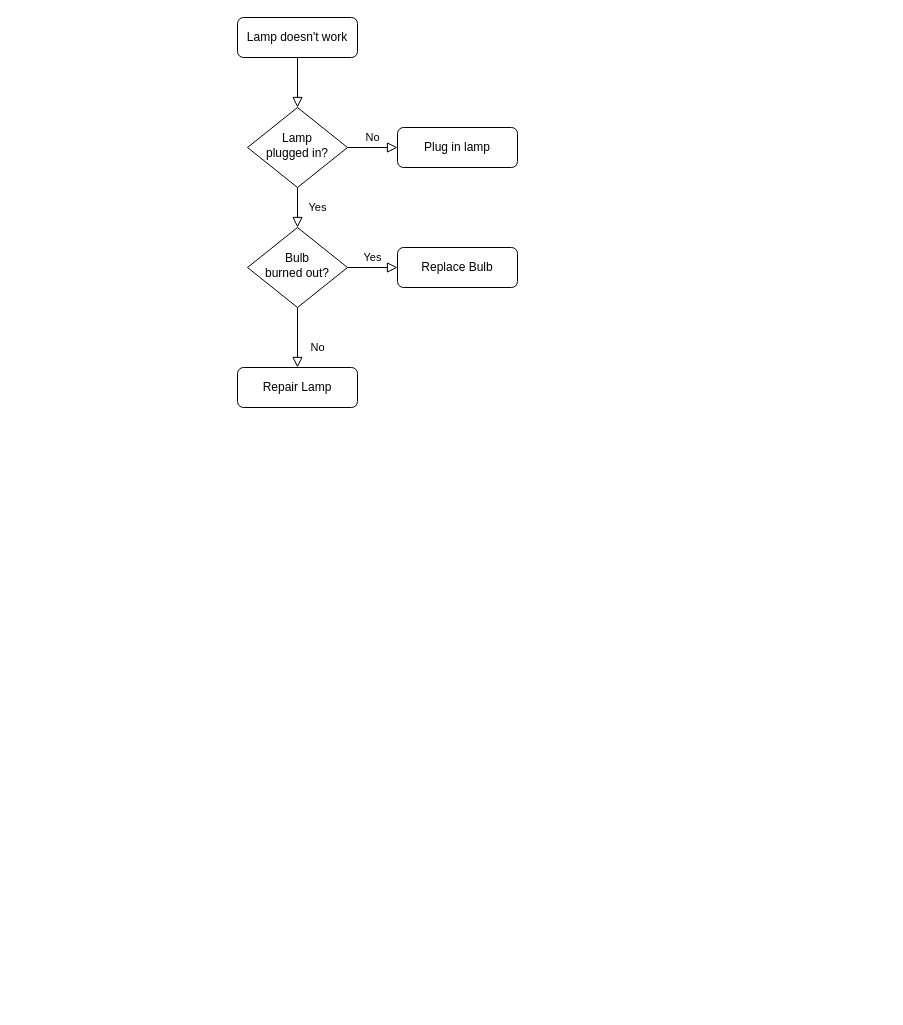
The draw.io diagram page "Page-1" (1 of 2) of Buisiness Logic.drawio in SeeeRGo/chainlink-hackathon-project, before the edit. Source tidied: cells renumbered, new cells numbered last; positions are measured from the earlier drawing's top-left corner, leaving out a move shared by most shapes. Both pictures are drawn from the tidied source at 100%, with x=0, y=0 at pixel (237, 17).
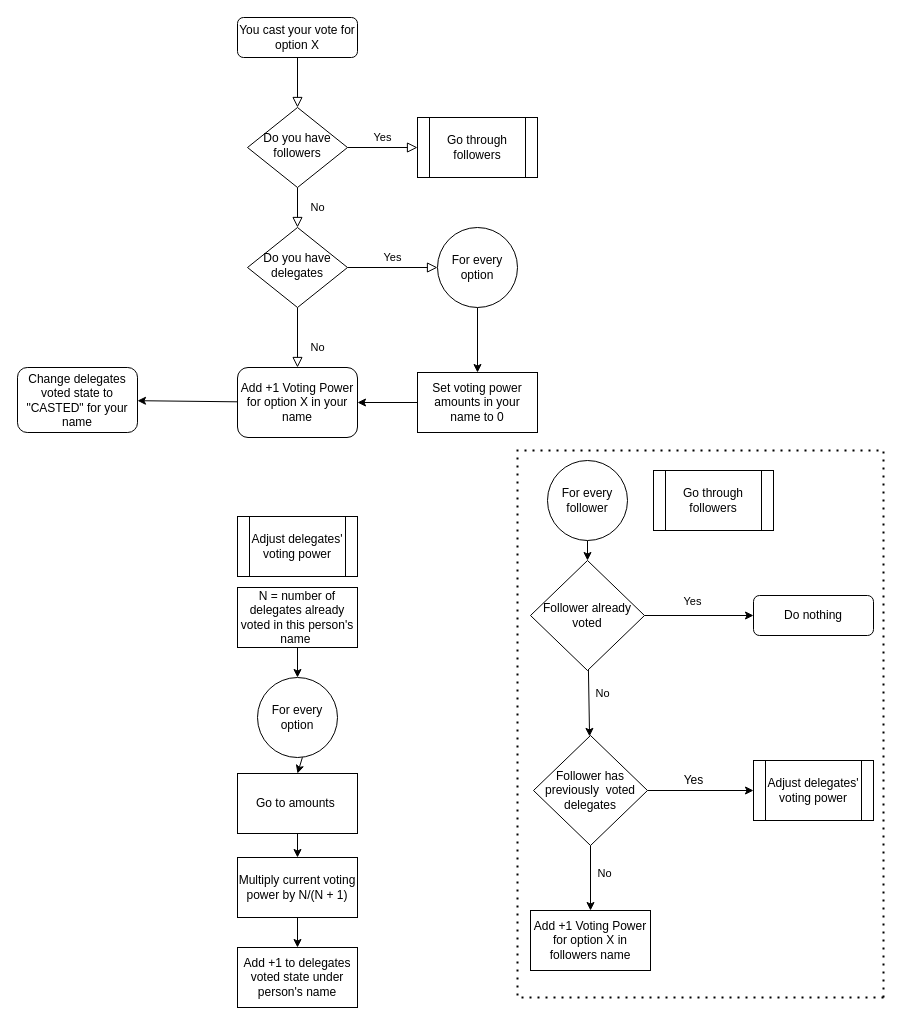
The same diagram, later.

Diff of the diagram source:
```diff
@@
-    <mxCell id="3" value="Lamp doesn't work" style="rounded=1;whiteSpace=wrap;html=1;fontSize=12;glass=0;strokeWidth=1;shadow=0;" parent="1" vertex="1">
+    <mxCell id="3" value="You cast your vote for option X" style="rounded=1;whiteSpace=wrap;html=1;fontSize=12;glass=0;strokeWidth=1;shadow=0;" parent="1" vertex="1">
       <mxGeometry width="120" height="40" as="geometry" />
     </mxCell>
-    <mxCell id="4" value="Yes" style="rounded=0;html=1;jettySize=auto;fontSize=11;endArrow=block;endFill=0;endSize=8;strokeWidth=1;shadow=0;labelBackgroundColor=none;edgeStyle=orthogonalEdgeStyle;" parent="1" edge="1" source="6" target="10">
+    <mxCell id="4" value="No" style="rounded=0;html=1;jettySize=auto;fontSize=11;endArrow=block;endFill=0;endSize=8;strokeWidth=1;shadow=0;labelBackgroundColor=none;edgeStyle=orthogonalEdgeStyle;" parent="1" edge="1" source="6" target="10">
       <mxGeometry y="20" relative="1" as="geometry" />
     </mxCell>
-    <mxCell id="5" value="No" style="edgeStyle=orthogonalEdgeStyle;rounded=0;html=1;jettySize=auto;fontSize=11;endArrow=block;endFill=0;endSize=8;strokeWidth=1;shadow=0;labelBackgroundColor=none;" parent="1" edge="1" source="6" target="7">
+    <mxCell id="5" value="Yes" style="edgeStyle=orthogonalEdgeStyle;rounded=0;html=1;jettySize=auto;fontSize=11;endArrow=block;endFill=0;endSize=8;strokeWidth=1;shadow=0;labelBackgroundColor=none;entryX=0;entryY=0.5;entryDx=0;entryDy=0;" parent="1" edge="1" source="6" target="19">
       <mxGeometry y="10" relative="1" as="geometry" />
     </mxCell>
-    <mxCell id="6" value="Lamp&lt;br&gt;plugged in?" style="rhombus;whiteSpace=wrap;html=1;shadow=0;fontFamily=Helvetica;fontSize=12;align=center;strokeWidth=1;spacing=6;spacingTop=-4;" parent="1" vertex="1">
+    <mxCell id="6" value="Do you have followers" style="rhombus;whiteSpace=wrap;html=1;shadow=0;fontFamily=Helvetica;fontSize=12;align=center;strokeWidth=1;spacing=6;spacingTop=-4;" parent="1" vertex="1">
       <mxGeometry x="10" y="90" width="100" height="80" as="geometry" />
     </mxCell>
-    <mxCell id="7" value="Plug in lamp" style="rounded=1;whiteSpace=wrap;html=1;fontSize=12;glass=0;strokeWidth=1;shadow=0;" parent="1" vertex="1">
-      <mxGeometry x="160" y="110" width="120" height="40" as="geometry" />
+    <mxCell id="7" value="Do nothing" style="rounded=1;whiteSpace=wrap;html=1;fontSize=12;glass=0;strokeWidth=1;shadow=0;" parent="1" vertex="1">
+      <mxGeometry x="516" y="578" width="120" height="40" as="geometry" />
     </mxCell>
@@
-    <mxCell id="9" value="Yes" style="edgeStyle=orthogonalEdgeStyle;rounded=0;html=1;jettySize=auto;fontSize=11;endArrow=block;endFill=0;endSize=8;strokeWidth=1;shadow=0;labelBackgroundColor=none;" parent="1" edge="1" source="10" target="12">
+    <mxCell id="9" value="Yes" style="edgeStyle=orthogonalEdgeStyle;rounded=0;html=1;jettySize=auto;fontSize=11;endArrow=block;endFill=0;endSize=8;strokeWidth=1;shadow=0;labelBackgroundColor=none;entryX=0;entryY=0.5;entryDx=0;entryDy=0;" parent="1" edge="1" source="10" target="43">
       <mxGeometry y="10" relative="1" as="geometry" />
     </mxCell>
-    <mxCell id="10" value="Bulb&lt;br&gt;burned out?" style="rhombus;whiteSpace=wrap;html=1;shadow=0;fontFamily=Helvetica;fontSize=12;align=center;strokeWidth=1;spacing=6;spacingTop=-4;" parent="1" vertex="1">
+    <mxCell id="10" value="Do you have delegates" style="rhombus;whiteSpace=wrap;html=1;shadow=0;fontFamily=Helvetica;fontSize=12;align=center;strokeWidth=1;spacing=6;spacingTop=-4;" parent="1" vertex="1">
       <mxGeometry x="10" y="210" width="100" height="80" as="geometry" />
     </mxCell>
+    <mxCell id="13" style="edgeStyle=none;rounded=0;jettySize=auto;html=1;shadow=0;" parent="1" edge="1" source="11" target="32">
+      <mxGeometry relative="1" as="geometry" />
+    </mxCell>
-    <mxCell id="11" value="Repair Lamp" style="rounded=1;whiteSpace=wrap;html=1;fontSize=12;glass=0;strokeWidth=1;shadow=0;" parent="1" vertex="1">
-      <mxGeometry y="350" width="120" height="40" as="geometry" />
+    <mxCell id="11" value="Add +1 Voting Power for option X in your name" style="rounded=1;whiteSpace=wrap;html=1;fontSize=12;glass=0;strokeWidth=1;shadow=0;" parent="1" vertex="1">
+      <mxGeometry y="350" width="120" height="70" as="geometry" />
     </mxCell>
-    <mxCell id="12" value="Replace Bulb" style="rounded=1;whiteSpace=wrap;html=1;fontSize=12;glass=0;strokeWidth=1;shadow=0;" parent="1" vertex="1">
-      <mxGeometry x="160" y="230" width="120" height="40" as="geometry" />
-    </mxCell>
+    <mxCell id="14" style="edgeStyle=none;rounded=0;jettySize=auto;html=1;" parent="1" edge="1" source="18" target="7">
+      <mxGeometry relative="1" as="geometry" />
+    </mxCell>
+    <mxCell id="15" value="Yes" style="edgeLabel;html=1;align=center;verticalAlign=middle;" parent="14" vertex="1">
+      <mxGeometry x="-0.34" y="4" relative="1" as="geometry">
+        <mxPoint x="11" y="-11" as="offset" />
+      </mxGeometry>
+    </mxCell>
+    <mxCell id="16" style="edgeStyle=none;rounded=0;jettySize=auto;html=1;" parent="1" edge="1" source="18" target="23">
+      <mxGeometry relative="1" as="geometry" />
+    </mxCell>
+    <mxCell id="17" value="No" style="edgeLabel;html=1;align=center;verticalAlign=middle;" parent="16" vertex="1">
+      <mxGeometry x="-0.3" y="2" relative="1" as="geometry">
+        <mxPoint x="11" as="offset" />
+      </mxGeometry>
+    </mxCell>
+    <mxCell id="18" value="Follower already voted" style="rhombus;whiteSpace=wrap;html=1;" parent="1" vertex="1">
+      <mxGeometry x="293" y="543" width="114" height="110" as="geometry" />
+    </mxCell>
+    <mxCell id="19" value="Go through followers" style="shape=process;whiteSpace=wrap;html=1;backgroundOutline=1;" parent="1" vertex="1">
+      <mxGeometry x="180" y="100" width="120" height="60" as="geometry" />
+    </mxCell>
+    <mxCell id="20" style="edgeStyle=none;rounded=0;jettySize=auto;html=1;" parent="1" edge="1" source="23" target="28">
+      <mxGeometry relative="1" as="geometry" />
+    </mxCell>
+    <mxCell id="21" style="edgeStyle=none;rounded=0;jettySize=auto;html=1;" parent="1" edge="1" source="23" target="24">
+      <mxGeometry relative="1" as="geometry" />
+    </mxCell>
+    <mxCell id="22" value="No" style="edgeLabel;html=1;align=center;verticalAlign=middle;" parent="21" vertex="1">
+      <mxGeometry x="-0.16" relative="1" as="geometry">
+        <mxPoint x="13" as="offset" />
+      </mxGeometry>
+    </mxCell>
+    <mxCell id="23" value="Follower has previously&amp;nbsp; voted delegates" style="rhombus;whiteSpace=wrap;html=1;" parent="1" vertex="1">
+      <mxGeometry x="296" y="718" width="114" height="110" as="geometry" />
+    </mxCell>
+    <mxCell id="24" value="Add +1 Voting Power for option X in followers name" style="whiteSpace=wrap;html=1;" parent="1" vertex="1">
+      <mxGeometry x="293" y="893" width="120" height="60" as="geometry" />
+    </mxCell>
+    <mxCell id="25" value="Go through followers" style="shape=process;whiteSpace=wrap;html=1;backgroundOutline=1;" parent="1" vertex="1">
+      <mxGeometry x="416" y="453" width="120" height="60" as="geometry" />
+    </mxCell>
+    <mxCell id="26" style="endArrow=none;dashed=1;html=1;dashPattern=1 3;strokeWidth=2;rounded=0;shadow=0;" parent="1" edge="1">
+      <mxGeometry relative="1" as="geometry">
+        <mxPoint x="646" y="980" as="sourcePoint" />
+        <mxPoint x="646" y="980" as="targetPoint" />
+        <Array as="points">
+          <mxPoint x="280" y="980" />
+          <mxPoint x="280" y="433" />
+          <mxPoint x="646" y="433" />
+        </Array>
+      </mxGeometry>
+    </mxCell>
+    <mxCell id="27" value="Yes" style="text;html=1;align=center;verticalAlign=middle;strokeColor=none;fillColor=none;" parent="1" vertex="1">
+      <mxGeometry x="436" y="753" width="40" height="20" as="geometry" />
+    </mxCell>
+    <mxCell id="28" value="Adjust delegates' voting power" style="shape=process;whiteSpace=wrap;html=1;backgroundOutline=1;" parent="1" vertex="1">
+      <mxGeometry x="516" y="743" width="120" height="60" as="geometry" />
+    </mxCell>
+    <mxCell id="29" value="Adjust delegates' voting power" style="shape=process;whiteSpace=wrap;html=1;backgroundOutline=1;" parent="1" vertex="1">
+      <mxGeometry y="499" width="120" height="60" as="geometry" />
+    </mxCell>
+    <mxCell id="30" style="edgeStyle=none;rounded=0;jettySize=auto;html=1;shadow=0;" parent="1" edge="1" source="31" target="38">
+      <mxGeometry relative="1" as="geometry" />
+    </mxCell>
+    <mxCell id="31" value="Go to amounts&amp;nbsp;" style="rounded=0;whiteSpace=wrap;html=1;" parent="1" vertex="1">
+      <mxGeometry y="756" width="120" height="60" as="geometry" />
+    </mxCell>
+    <mxCell id="32" value="Change delegates voted state to &quot;CASTED&quot; for your name" style="whiteSpace=wrap;html=1;rounded=1;glass=0;strokeWidth=1;shadow=0;" parent="1" vertex="1">
+      <mxGeometry x="-220" y="350" width="120" height="65" as="geometry" />
+    </mxCell>
+    <mxCell id="33" style="edgeStyle=none;rounded=0;jettySize=auto;html=1;shadow=0;" parent="1" edge="1" source="34" target="18">
+      <mxGeometry relative="1" as="geometry" />
+    </mxCell>
+    <mxCell id="34" value="For every follower" style="ellipse;whiteSpace=wrap;html=1;" parent="1" vertex="1">
+      <mxGeometry x="310" y="443" width="80" height="80" as="geometry" />
+    </mxCell>
+    <mxCell id="35" style="edgeStyle=none;rounded=0;jettySize=auto;html=1;shadow=0;" parent="1" edge="1" source="36" target="31">
+      <mxGeometry relative="1" as="geometry" />
+    </mxCell>
+    <mxCell id="36" value="For every option" style="ellipse;whiteSpace=wrap;html=1;" parent="1" vertex="1">
+      <mxGeometry x="20" y="660" width="80" height="80" as="geometry" />
+    </mxCell>
+    <mxCell id="37" style="edgeStyle=none;rounded=0;jettySize=auto;html=1;shadow=0;" parent="1" edge="1" source="38" target="41">
+      <mxGeometry relative="1" as="geometry" />
+    </mxCell>
+    <mxCell id="38" value="Multiply current voting power by N/(N + 1)" style="rounded=0;whiteSpace=wrap;html=1;" parent="1" vertex="1">
+      <mxGeometry y="840" width="120" height="60" as="geometry" />
+    </mxCell>
+    <mxCell id="39" style="edgeStyle=none;rounded=0;jettySize=auto;html=1;shadow=0;" parent="1" edge="1" source="40" target="36">
+      <mxGeometry relative="1" as="geometry" />
+    </mxCell>
+    <mxCell id="40" value="N = number of delegates already voted in this person's name&amp;nbsp;" style="rounded=0;whiteSpace=wrap;html=1;" parent="1" vertex="1">
+      <mxGeometry y="570" width="120" height="60" as="geometry" />
+    </mxCell>
+    <mxCell id="41" value="Add +1 to delegates voted state under person's name" style="whiteSpace=wrap;html=1;rounded=0;" parent="1" vertex="1">
+      <mxGeometry y="930" width="120" height="60" as="geometry" />
+    </mxCell>
+    <mxCell id="42" style="edgeStyle=none;rounded=0;jettySize=auto;html=1;shadow=0;" parent="1" edge="1" source="43" target="45">
+      <mxGeometry relative="1" as="geometry" />
+    </mxCell>
+    <mxCell id="43" value="For every option" style="ellipse;whiteSpace=wrap;html=1;" parent="1" vertex="1">
+      <mxGeometry x="200" y="210" width="80" height="80" as="geometry" />
+    </mxCell>
+    <mxCell id="44" style="edgeStyle=none;rounded=0;jettySize=auto;html=1;shadow=0;" parent="1" edge="1" source="45" target="11">
+      <mxGeometry relative="1" as="geometry" />
+    </mxCell>
+    <mxCell id="45" value="Set voting power amounts in your name to 0" style="whiteSpace=wrap;html=1;" parent="1" vertex="1">
+      <mxGeometry x="180" y="355" width="120" height="60" as="geometry" />
+    </mxCell>
```
